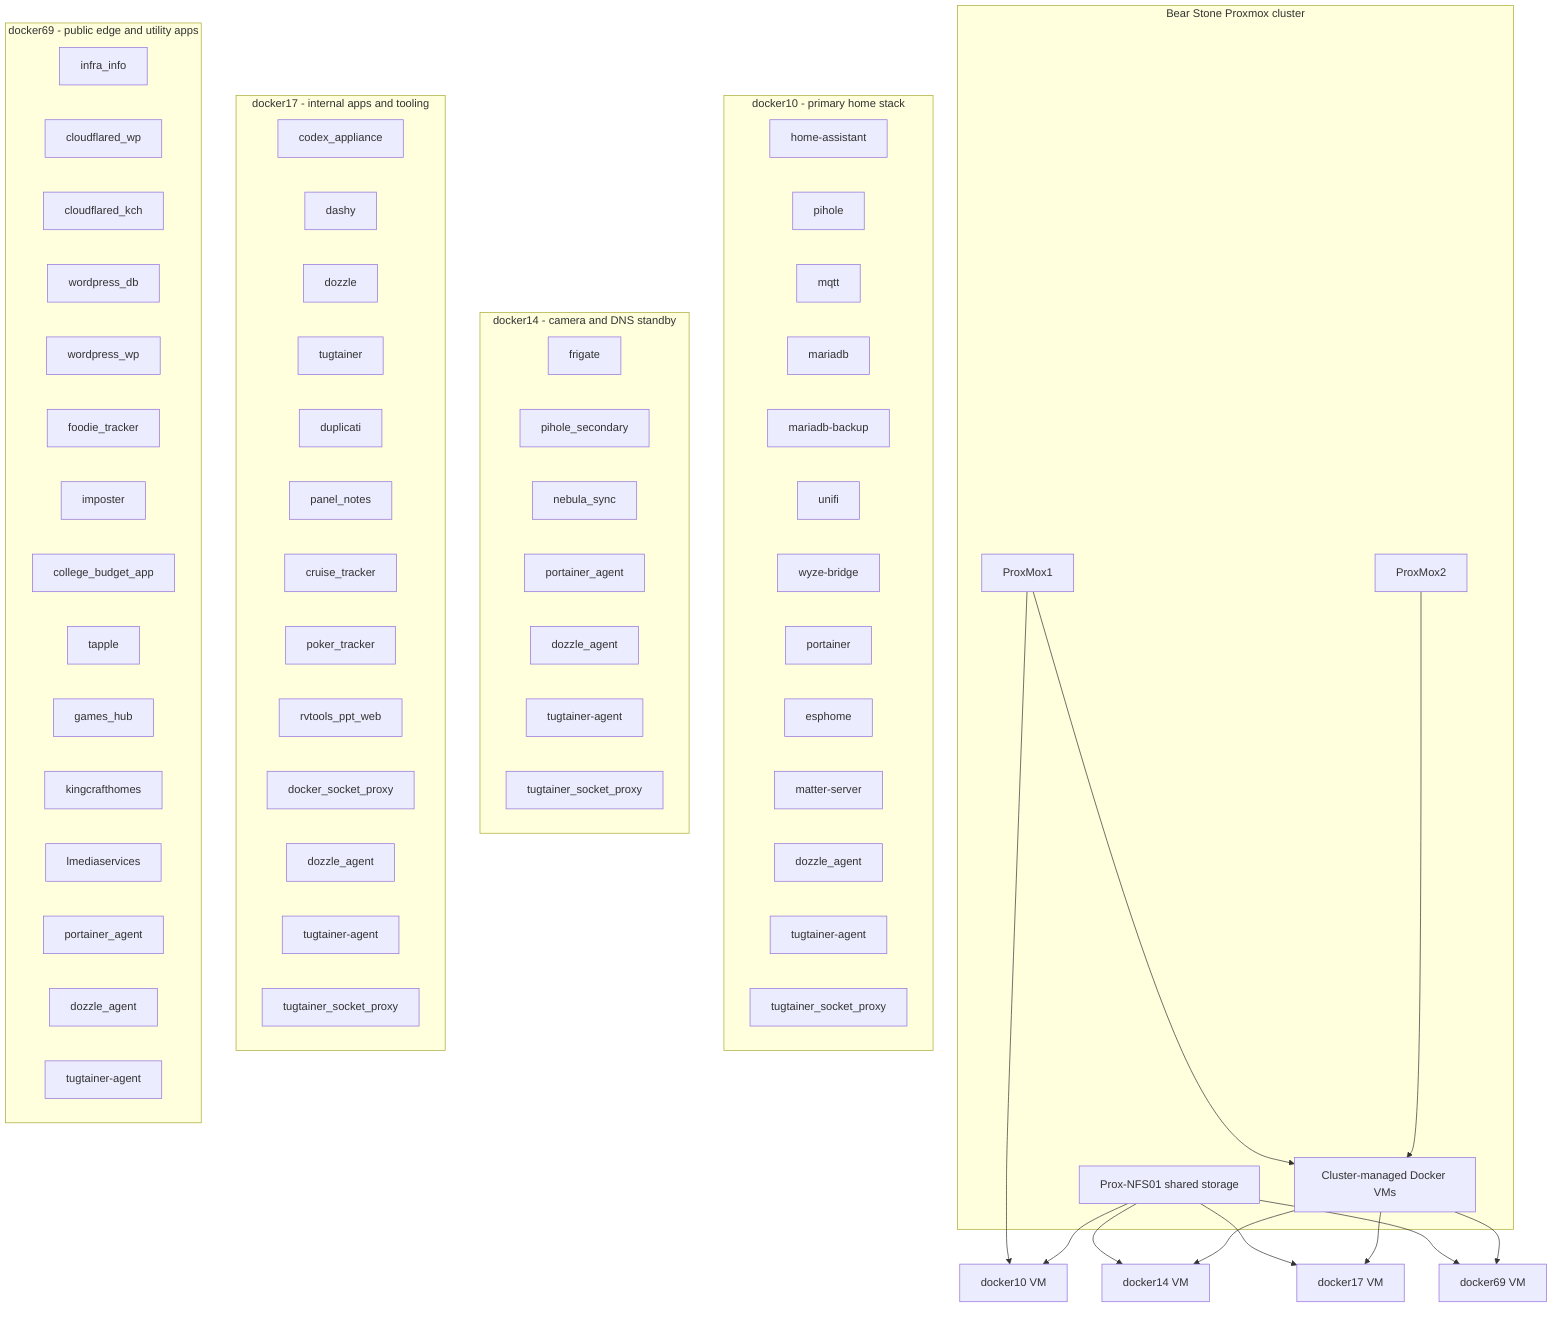
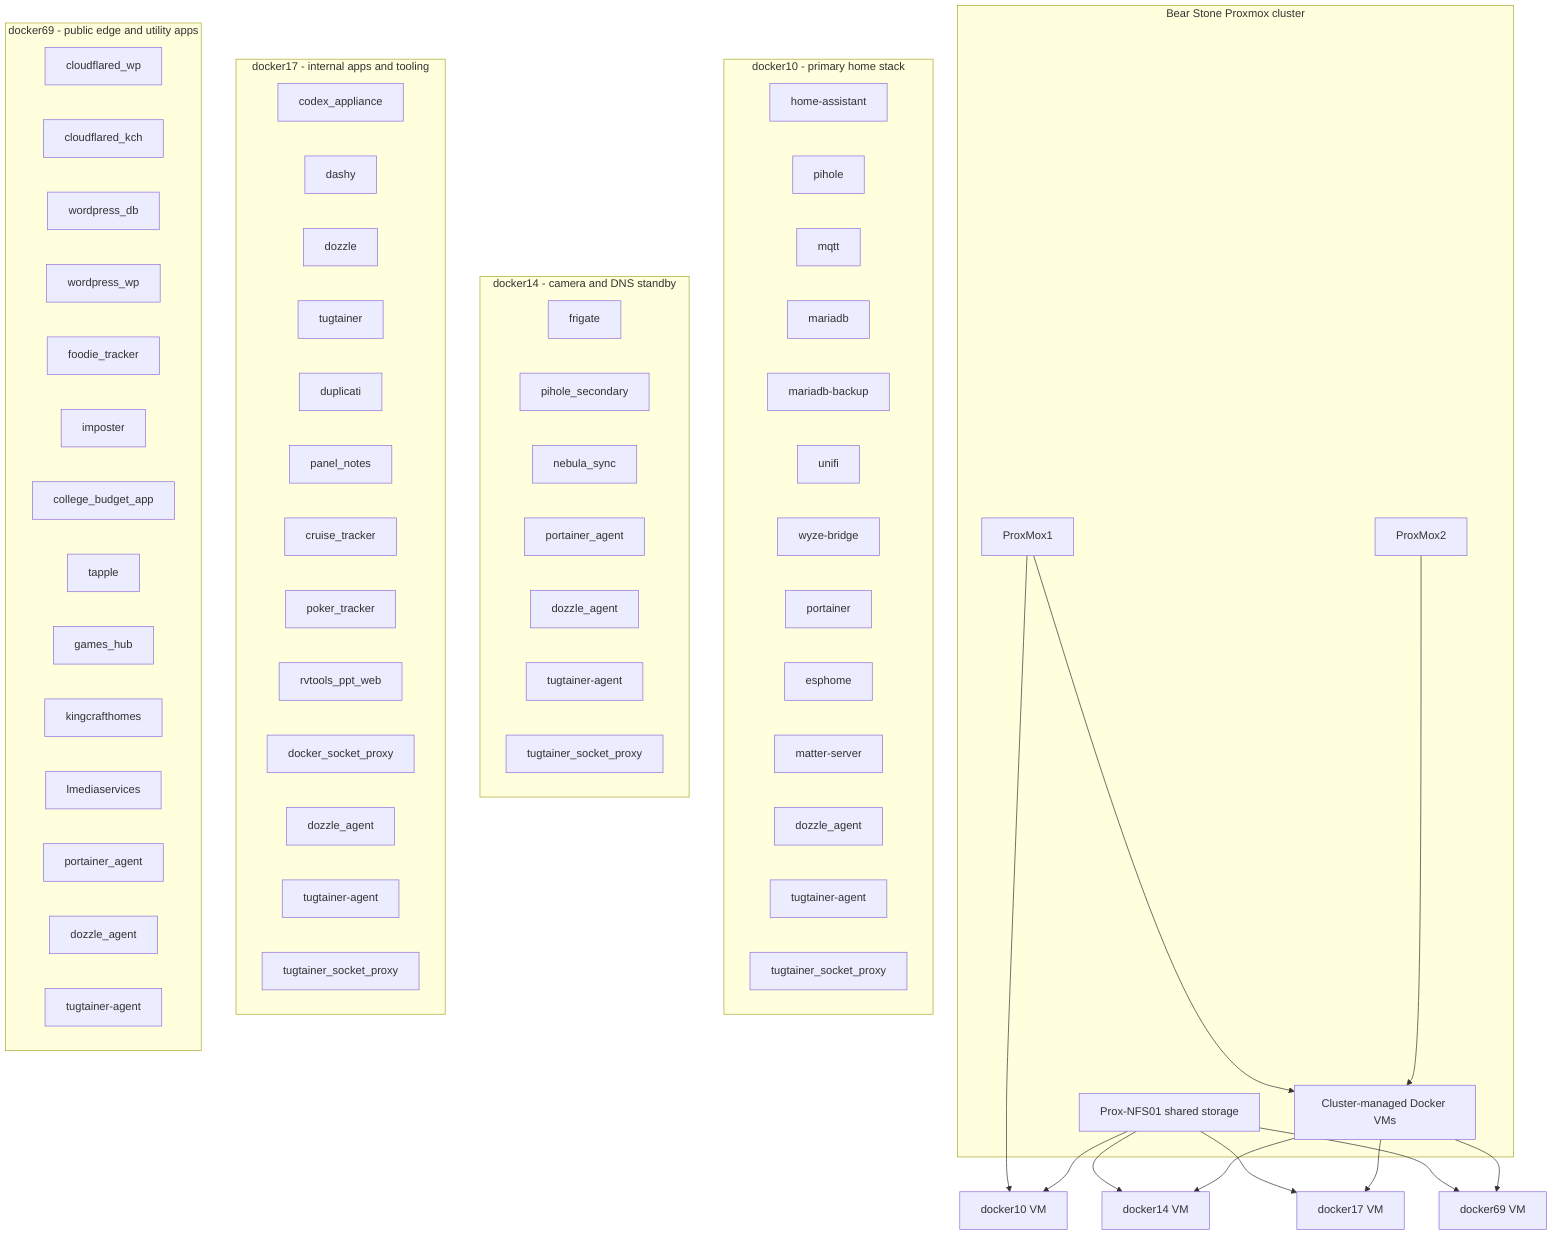
flowchart TD
    subgraph PX[Bear Stone Proxmox cluster]
        P1[ProxMox1]
        P2[ProxMox2]
        NFS[Prox-NFS01 shared storage]
        FLOAT[Cluster-managed Docker VMs]
    end

    P1 --> D10VM[docker10 VM]
    P1 --> FLOAT
    P2 --> FLOAT
    NFS --> D10VM
    NFS --> D14VM[docker14 VM]
    NFS --> D17VM[docker17 VM]
    NFS --> D69VM[docker69 VM]
    FLOAT --> D14VM
    FLOAT --> D17VM
    FLOAT --> D69VM

    subgraph D10[docker10 - primary home stack]
        D10_HA[home-assistant]
        D10_PI[pihole]
        D10_MQTT[mqtt]
        D10_DB[mariadb]
        D10_BK[mariadb-backup]
        D10_UNIFI[unifi]
        D10_WYZE[wyze-bridge]
        D10_PORT[portainer]
        D10_ESP[esphome]
        D10_MATTER[matter-server]
        D10_DOZZLE[dozzle_agent]
        D10_TUG[tugtainer-agent]
        D10_PROXY[tugtainer_socket_proxy]
    end

    subgraph D14[docker14 - camera and DNS standby]
        D14_FRIGATE[frigate]
        D14_PI[pihole_secondary]
        D14_NEBULA[nebula_sync]
        D14_PORT[portainer_agent]
        D14_DOZZLE[dozzle_agent]
        D14_TUG[tugtainer-agent]
        D14_PROXY[tugtainer_socket_proxy]
    end

    subgraph D17[docker17 - internal apps and tooling]
        D17_CODEX[codex_appliance]
        D17_DASHY[dashy]
        D17_DOZZLE[dozzle]
        D17_TUG_UI[tugtainer]
        D17_DUP[duplicati]
        D17_PANEL[panel_notes]
        D17_CRUISE[cruise_tracker]
        D17_POKER[poker_tracker]
        D17_RV[rvtools_ppt_web]
        D17_AGENT[docker_socket_proxy]
        D17_DOZZLE_AGENT[dozzle_agent]
        D17_TUG_AGENT[tugtainer-agent]
        D17_TUG_PROXY[tugtainer_socket_proxy]
    end

    subgraph D69[docker69 - public edge and utility apps]
-         D69_INFO[infra_info]
        D69_CF_WP[cloudflared_wp]
        D69_CF_KCH[cloudflared_kch]
        D69_WP_DB[wordpress_db]
        D69_WP[wordpress_wp]
        D69_FOODIE[foodie_tracker]
        D69_IMPOSTER[imposter]
        D69_BUDGET[college_budget_app]
        D69_TAPPLE[tapple]
        D69_GAMES[games_hub]
        D69_KCH[kingcrafthomes]
        D69_LMEDIA[lmediaservices]
        D69_PORT[portainer_agent]
        D69_DOZZLE[dozzle_agent]
        D69_TUG[tugtainer-agent]
    end
